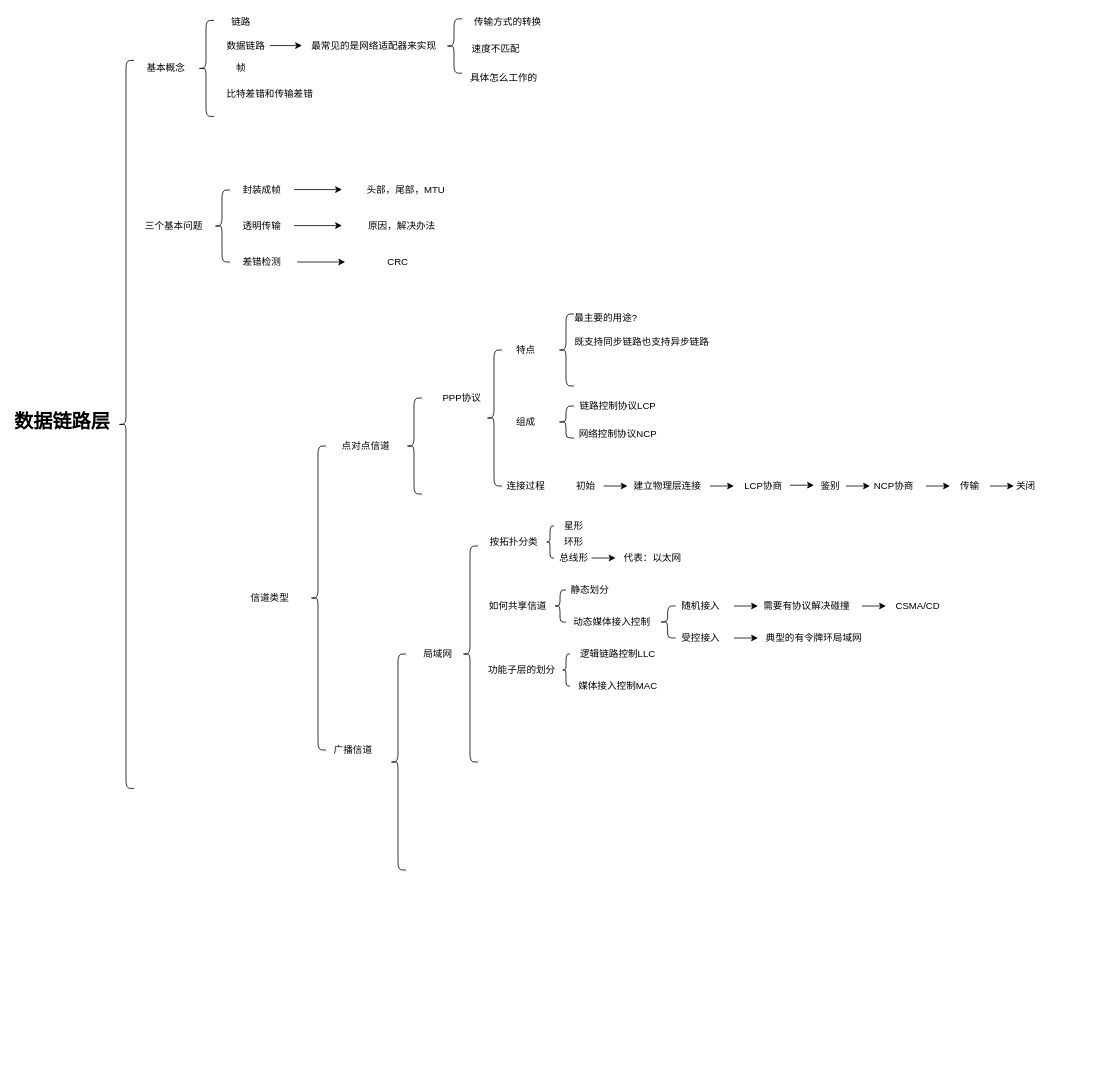
Earlier version of the draw.io diagram 链路层.drawio (lch15/lch15.github.io). Source tidied: cells renumbered, new cells numbered last; positions are measured from the earlier drawing's top-left corner, leaving out a move shared by most shapes. Both pictures are drawn from the tidied source at 80%, with x=0, y=0 at pixel (22, 14).
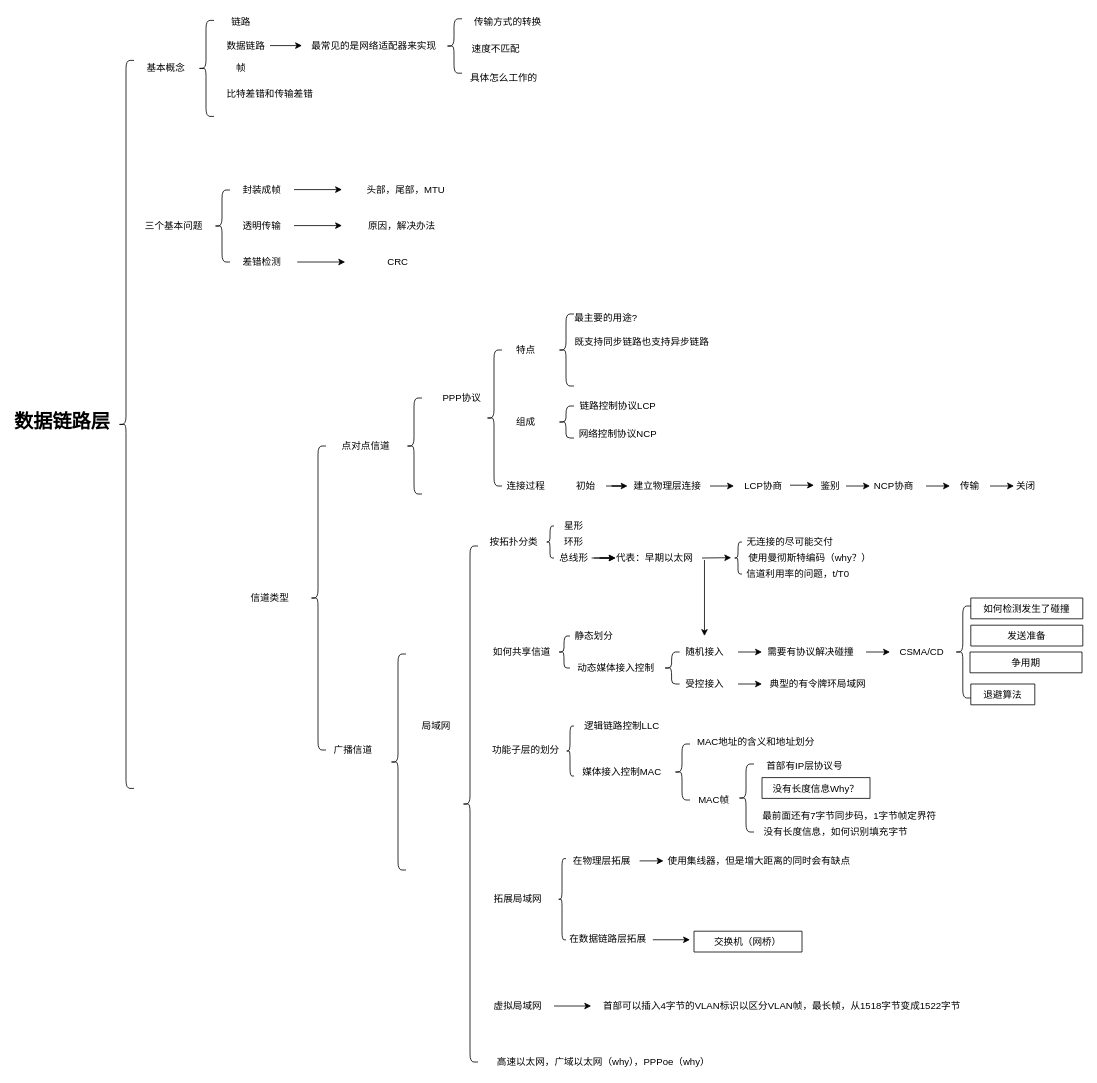
The same diagram, later.

Unchanged cells that the change refers to:
```xml
<mxCell id="39" value="初始" style="text;html=1;strokeColor=none;fillColor=none;align=center;verticalAlign=middle;whiteSpace=wrap;rounded=0;" parent="1" vertex="1">
  <mxGeometry x="680" y="580" width="50" height="20" as="geometry" />
</mxCell>
<mxCell id="40" value="建立物理层连接" style="text;html=1;strokeColor=none;fillColor=none;align=center;verticalAlign=middle;whiteSpace=wrap;rounded=0;" parent="1" vertex="1">
  <mxGeometry x="757" y="580" width="100" height="20" as="geometry" />
</mxCell>
<mxCell id="60" value="总线形" style="text;html=1;strokeColor=none;fillColor=none;align=center;verticalAlign=middle;whiteSpace=wrap;rounded=0;" parent="1" vertex="1">
  <mxGeometry x="665" y="670" width="50" height="20" as="geometry" />
</mxCell>
```

Change to the diagram source:
```diff
@@
+    <mxCell id="84" style="edgeStyle=orthogonalEdgeStyle;rounded=0;jettySize=auto;html=1;" parent="1" edge="1" source="39" target="40">
+      <mxGeometry relative="1" as="geometry" />
+    </mxCell>
@@
-    <mxCell id="45" style="endArrow=classic;html=1;" parent="1" edge="1">
-      <mxGeometry relative="1" as="geometry">
-        <mxPoint x="727" y="590" as="sourcePoint" />
-        <mxPoint x="757" y="590" as="targetPoint" />
-      </mxGeometry>
-    </mxCell>
@@
     <mxCell id="54" value="局域网" style="text;html=1;strokeColor=none;fillColor=none;align=center;verticalAlign=middle;whiteSpace=wrap;rounded=0;" parent="1" vertex="1">
-      <mxGeometry x="450" y="790" width="140" height="20" as="geometry" />
+      <mxGeometry x="448" y="880" width="140" height="20" as="geometry" />
     </mxCell>
     <mxCell id="55" style="shape=curlyBracket;whiteSpace=wrap;html=1;rounded=1;" parent="1" vertex="1">
-      <mxGeometry x="550" y="665" width="20" height="270" as="geometry" />
+      <mxGeometry x="550" y="665" width="20" height="645" as="geometry" />
     </mxCell>
@@
+    <mxCell id="85" style="edgeStyle=orthogonalEdgeStyle;rounded=0;jettySize=auto;html=1;" parent="1" edge="1" source="60" target="62">
+      <mxGeometry relative="1" as="geometry" />
+    </mxCell>
@@
-    <mxCell id="62" value="代表：以太网" style="text;html=1;strokeColor=none;fillColor=none;align=center;verticalAlign=middle;whiteSpace=wrap;rounded=0;" parent="1" vertex="1">
-      <mxGeometry x="742" y="670" width="93" height="20" as="geometry" />
+    <mxCell id="62" value="代表：早期以太网" style="text;html=1;strokeColor=none;fillColor=none;align=center;verticalAlign=middle;whiteSpace=wrap;rounded=0;" parent="1" vertex="1">
+      <mxGeometry x="742" y="670" width="98" height="20" as="geometry" />
     </mxCell>
@@
     <mxCell id="67" value="功能子层的划分" style="text;html=1;strokeColor=none;fillColor=none;align=center;verticalAlign=middle;whiteSpace=wrap;rounded=0;" parent="1" vertex="1">
-      <mxGeometry x="575" y="810" width="100" height="20" as="geometry" />
+      <mxGeometry x="580" y="910" width="100" height="20" as="geometry" />
     </mxCell>
     <mxCell id="68" style="shape=curlyBracket;whiteSpace=wrap;html=1;rounded=1;" parent="1" vertex="1">
-      <mxGeometry x="675" y="800" width="10" height="40" as="geometry" />
+      <mxGeometry x="680" y="890" width="10" height="62.5" as="geometry" />
     </mxCell>
     <mxCell id="69" value="逻辑链路控制LLC" style="text;html=1;strokeColor=none;fillColor=none;align=center;verticalAlign=middle;whiteSpace=wrap;rounded=0;" parent="1" vertex="1">
-      <mxGeometry x="670" y="790" width="150" height="20" as="geometry" />
+      <mxGeometry x="675" y="880" width="150" height="20" as="geometry" />
     </mxCell>
     <mxCell id="70" value="媒体接入控制MAC" style="text;html=1;strokeColor=none;fillColor=none;align=center;verticalAlign=middle;whiteSpace=wrap;rounded=0;" parent="1" vertex="1">
-      <mxGeometry x="670" y="830" width="150" height="20" as="geometry" />
+      <mxGeometry x="675" y="937.5" width="150" height="20" as="geometry" />
     </mxCell>
     <mxCell id="71" value="如何共享信道" style="text;html=1;strokeColor=none;fillColor=none;align=center;verticalAlign=middle;whiteSpace=wrap;rounded=0;" parent="1" vertex="1">
-      <mxGeometry x="570" y="730" width="100" height="20" as="geometry" />
+      <mxGeometry x="575" y="787.5" width="100" height="20" as="geometry" />
     </mxCell>
     <mxCell id="72" style="shape=curlyBracket;whiteSpace=wrap;html=1;rounded=1;" parent="1" vertex="1">
-      <mxGeometry x="665" y="720" width="15" height="40" as="geometry" />
+      <mxGeometry x="670" y="777.5" width="15" height="40" as="geometry" />
     </mxCell>
     <mxCell id="73" style="shape=curlyBracket;whiteSpace=wrap;html=1;rounded=1;" parent="1" vertex="1">
-      <mxGeometry x="797" y="740" width="20" height="40" as="geometry" />
+      <mxGeometry x="802" y="797.5" width="20" height="40" as="geometry" />
     </mxCell>
     <mxCell id="74" value="静态划分" style="text;html=1;strokeColor=none;fillColor=none;align=center;verticalAlign=middle;whiteSpace=wrap;rounded=0;" parent="1" vertex="1">
-      <mxGeometry x="685" y="710" width="50" height="20" as="geometry" />
+      <mxGeometry x="690" y="767.5" width="50" height="20" as="geometry" />
     </mxCell>
     <mxCell id="75" value="动态媒体接入控制" style="text;html=1;strokeColor=none;fillColor=none;align=center;verticalAlign=middle;whiteSpace=wrap;rounded=0;" parent="1" vertex="1">
-      <mxGeometry x="685" y="750" width="105" height="20" as="geometry" />
+      <mxGeometry x="690" y="807.5" width="105" height="20" as="geometry" />
     </mxCell>
     <mxCell id="76" value="随机接入" style="text;html=1;strokeColor=none;fillColor=none;align=center;verticalAlign=middle;whiteSpace=wrap;rounded=0;" parent="1" vertex="1">
-      <mxGeometry x="817" y="730" width="63" height="20" as="geometry" />
+      <mxGeometry x="822" y="787.5" width="63" height="20" as="geometry" />
     </mxCell>
     <mxCell id="77" value="受控接入" style="text;html=1;strokeColor=none;fillColor=none;align=center;verticalAlign=middle;whiteSpace=wrap;rounded=0;" parent="1" vertex="1">
-      <mxGeometry x="817" y="770" width="63" height="20" as="geometry" />
+      <mxGeometry x="822" y="827.5" width="63" height="20" as="geometry" />
     </mxCell>
     <mxCell id="78" value="需要有协议解决碰撞" style="text;html=1;strokeColor=none;fillColor=none;align=center;verticalAlign=middle;whiteSpace=wrap;rounded=0;" parent="1" vertex="1">
-      <mxGeometry x="921" y="730" width="120" height="20" as="geometry" />
+      <mxGeometry x="926" y="787.5" width="120" height="20" as="geometry" />
     </mxCell>
     <mxCell id="79" style="endArrow=classic;html=1;" parent="1" edge="1">
       <mxGeometry relative="1" as="geometry">
-        <mxPoint x="890" y="740" as="sourcePoint" />
-        <mxPoint x="920" y="740" as="targetPoint" />
+        <mxPoint x="895" y="797.5" as="sourcePoint" />
+        <mxPoint x="925" y="797.5" as="targetPoint" />
       </mxGeometry>
     </mxCell>
     <mxCell id="80" style="endArrow=classic;html=1;" parent="1" edge="1">
       <mxGeometry relative="1" as="geometry">
-        <mxPoint x="890" y="780" as="sourcePoint" />
-        <mxPoint x="920" y="780" as="targetPoint" />
+        <mxPoint x="895" y="837.5" as="sourcePoint" />
+        <mxPoint x="925" y="837.5" as="targetPoint" />
       </mxGeometry>
     </mxCell>
     <mxCell id="81" value="典型的有令牌环局域网" style="text;html=1;strokeColor=none;fillColor=none;align=center;verticalAlign=middle;whiteSpace=wrap;rounded=0;" parent="1" vertex="1">
-      <mxGeometry x="915" y="770" width="150" height="20" as="geometry" />
+      <mxGeometry x="920" y="827.5" width="150" height="20" as="geometry" />
     </mxCell>
     <mxCell id="82" style="endArrow=classic;html=1;" parent="1" edge="1">
       <mxGeometry relative="1" as="geometry">
-        <mxPoint x="1050" y="740" as="sourcePoint" />
-        <mxPoint x="1080" y="740" as="targetPoint" />
+        <mxPoint x="1055" y="797.5" as="sourcePoint" />
+        <mxPoint x="1085" y="797.5" as="targetPoint" />
       </mxGeometry>
     </mxCell>
     <mxCell id="83" value="CSMA/CD" style="text;html=1;strokeColor=none;fillColor=none;align=center;verticalAlign=middle;whiteSpace=wrap;rounded=0;" parent="1" vertex="1">
-      <mxGeometry x="1050" y="730" width="140" height="20" as="geometry" />
+      <mxGeometry x="1055" y="787.5" width="140" height="20" as="geometry" />
     </mxCell>
+    <mxCell id="86" style="endArrow=classic;html=1;" parent="1" edge="1">
+      <mxGeometry relative="1" as="geometry">
+        <mxPoint x="853.1" y="682.5" as="sourcePoint" />
+        <mxPoint x="853.1" y="777.5" as="targetPoint" />
+      </mxGeometry>
+    </mxCell>
+    <mxCell id="87" style="endArrow=classic;html=1;" parent="1" edge="1">
+      <mxGeometry relative="1" as="geometry">
+        <mxPoint x="850" y="680" as="sourcePoint" />
+        <mxPoint x="886.5" y="679.6" as="targetPoint" />
+      </mxGeometry>
+    </mxCell>
+    <mxCell id="88" style="shape=curlyBracket;whiteSpace=wrap;html=1;rounded=1;" parent="1" vertex="1">
+      <mxGeometry x="890" y="660" width="10" height="40" as="geometry" />
+    </mxCell>
+    <mxCell id="89" value="无连接的尽可能交付" style="text;html=1;strokeColor=none;fillColor=none;align=center;verticalAlign=middle;whiteSpace=wrap;rounded=0;" parent="1" vertex="1">
+      <mxGeometry x="900" y="650" width="120" height="20" as="geometry" />
+    </mxCell>
+    <mxCell id="90" value="使用曼彻斯特编码（why？）" style="text;html=1;strokeColor=none;fillColor=none;align=center;verticalAlign=middle;whiteSpace=wrap;rounded=0;" parent="1" vertex="1">
+      <mxGeometry x="900" y="670" width="170" height="20" as="geometry" />
+    </mxCell>
+    <mxCell id="91" style="shape=curlyBracket;whiteSpace=wrap;html=1;rounded=1;" parent="1" vertex="1">
+      <mxGeometry x="1166" y="740" width="20" height="115" as="geometry" />
+    </mxCell>
+    <mxCell id="92" value="如何检测发生了碰撞" style="swimlane;fontStyle=0;horizontal=1;startSize=26;" parent="1" vertex="1" collapsed="1">
+      <mxGeometry x="1186" y="730" width="140" height="26" as="geometry" />
+    </mxCell>
+    <mxCell id="93" value="争用期" style="swimlane;fontStyle=0;horizontal=1;startSize=26;" parent="1" vertex="1" collapsed="1">
+      <mxGeometry x="1185" y="797.5" width="140" height="26" as="geometry" />
+    </mxCell>
+    <mxCell id="94" value="退避算法" style="swimlane;fontStyle=0;horizontal=1;startSize=26;" parent="1" vertex="1" collapsed="1">
+      <mxGeometry x="1186" y="837.5" width="80" height="26" as="geometry" />
+    </mxCell>
+    <mxCell id="95" value="发送准备" style="swimlane;fontStyle=0;horizontal=1;startSize=26;" parent="1" vertex="1" collapsed="1">
+      <mxGeometry x="1186" y="764" width="140" height="26" as="geometry" />
+    </mxCell>
+    <mxCell id="96" value="信道利用率的问题，t/T0" style="text;html=1;strokeColor=none;fillColor=none;align=center;verticalAlign=middle;whiteSpace=wrap;rounded=0;" parent="1" vertex="1">
+      <mxGeometry x="890" y="690" width="160" height="20" as="geometry" />
+    </mxCell>
+    <mxCell id="97" style="shape=curlyBracket;whiteSpace=wrap;html=1;rounded=1;" parent="1" vertex="1">
+      <mxGeometry x="815" y="912.5" width="20" height="70" as="geometry" />
+    </mxCell>
+    <mxCell id="98" value="MAC地址的含义和地址划分" style="text;html=1;strokeColor=none;fillColor=none;align=center;verticalAlign=middle;whiteSpace=wrap;rounded=0;" parent="1" vertex="1">
+      <mxGeometry x="835" y="900" width="165" height="20" as="geometry" />
+    </mxCell>
+    <mxCell id="99" value="MAC帧" style="text;html=1;strokeColor=none;fillColor=none;align=center;verticalAlign=middle;whiteSpace=wrap;rounded=0;" parent="1" vertex="1">
+      <mxGeometry x="835" y="972.5" width="60" height="20" as="geometry" />
+    </mxCell>
+    <mxCell id="100" style="shape=curlyBracket;whiteSpace=wrap;html=1;rounded=1;" parent="1" vertex="1">
+      <mxGeometry x="895" y="937.5" width="20" height="85" as="geometry" />
+    </mxCell>
+    <mxCell id="101" value="首部有IP层协议号" style="text;html=1;strokeColor=none;fillColor=none;align=center;verticalAlign=middle;whiteSpace=wrap;rounded=0;" parent="1" vertex="1">
+      <mxGeometry x="917" y="930" width="123" height="20" as="geometry" />
+    </mxCell>
+    <mxCell id="102" value="最前面还有7字节同步码，1字节帧定界符" style="text;html=1;strokeColor=none;fillColor=none;align=center;verticalAlign=middle;whiteSpace=wrap;rounded=0;" parent="1" vertex="1">
+      <mxGeometry x="917" y="992.5" width="235" height="20" as="geometry" />
+    </mxCell>
+    <mxCell id="103" value="没有长度信息Why？" style="swimlane;fontStyle=0;horizontal=1;startSize=26;" parent="1" vertex="1" collapsed="1">
+      <mxGeometry x="925" y="954.5" width="135" height="26" as="geometry" />
+    </mxCell>
+    <mxCell id="104" value="没有长度信息，如何识别填充字节" style="text;html=1;strokeColor=none;fillColor=none;align=center;verticalAlign=middle;whiteSpace=wrap;rounded=0;" parent="1" vertex="1">
+      <mxGeometry x="900" y="1012.5" width="235" height="20" as="geometry" />
+    </mxCell>
+    <mxCell id="105" value="拓展局域网" style="text;html=1;strokeColor=none;fillColor=none;align=center;verticalAlign=middle;whiteSpace=wrap;rounded=0;" parent="1" vertex="1">
+      <mxGeometry x="570" y="1096.5" width="100" height="20" as="geometry" />
+    </mxCell>
+    <mxCell id="106" style="shape=curlyBracket;whiteSpace=wrap;html=1;rounded=1;" parent="1" vertex="1">
+      <mxGeometry x="670" y="1055.8" width="10" height="101.5" as="geometry" />
+    </mxCell>
+    <mxCell id="107" value="在物理层拓展" style="text;html=1;strokeColor=none;fillColor=none;align=center;verticalAlign=middle;whiteSpace=wrap;rounded=0;" parent="1" vertex="1">
+      <mxGeometry x="650" y="1049" width="150" height="20" as="geometry" />
+    </mxCell>
+    <mxCell id="108" value="在数据链路层拓展" style="text;html=1;strokeColor=none;fillColor=none;align=center;verticalAlign=middle;whiteSpace=wrap;rounded=0;" parent="1" vertex="1">
+      <mxGeometry x="670" y="1146.5" width="125" height="20" as="geometry" />
+    </mxCell>
+    <mxCell id="109" style="endArrow=classic;html=1;" parent="1" edge="1">
+      <mxGeometry relative="1" as="geometry">
+        <mxPoint x="772" y="1058.6" as="sourcePoint" />
+        <mxPoint x="802" y="1058.6" as="targetPoint" />
+      </mxGeometry>
+    </mxCell>
+    <mxCell id="110" value="使用集线器，但是增大距离的同时会有缺点" style="text;html=1;strokeColor=none;fillColor=none;align=center;verticalAlign=middle;whiteSpace=wrap;rounded=0;" parent="1" vertex="1">
+      <mxGeometry x="783" y="1049" width="277" height="20" as="geometry" />
+    </mxCell>
+    <mxCell id="111" style="endArrow=classic;html=1;" parent="1" edge="1">
+      <mxGeometry relative="1" as="geometry">
+        <mxPoint x="788.5" y="1157.2" as="sourcePoint" />
+        <mxPoint x="835" y="1157.2" as="targetPoint" />
+      </mxGeometry>
+    </mxCell>
+    <mxCell id="112" value="交换机（网桥）" style="swimlane;fontStyle=0;horizontal=1;startSize=26;" parent="1" vertex="1" collapsed="1">
+      <mxGeometry x="840" y="1146.5" width="135" height="26" as="geometry" />
+    </mxCell>
+    <mxCell id="113" value="虚拟局域网" style="text;html=1;strokeColor=none;fillColor=none;align=center;verticalAlign=middle;whiteSpace=wrap;rounded=0;" parent="1" vertex="1">
+      <mxGeometry x="570" y="1230" width="100" height="20" as="geometry" />
+    </mxCell>
+    <mxCell id="114" style="endArrow=classic;html=1;" parent="1" edge="1">
+      <mxGeometry relative="1" as="geometry">
+        <mxPoint x="665" y="1240" as="sourcePoint" />
+        <mxPoint x="711.5" y="1240" as="targetPoint" />
+      </mxGeometry>
+    </mxCell>
+    <mxCell id="115" value="首部可以插入4字节的VLAN标识以区分VLAN帧，最长帧，从1518字节变成1522字节" style="text;html=1;strokeColor=none;fillColor=none;align=center;verticalAlign=middle;whiteSpace=wrap;rounded=0;" parent="1" vertex="1">
+      <mxGeometry x="700" y="1230" width="500" height="20" as="geometry" />
+    </mxCell>
+    <mxCell id="116" value="高速以太网，广域以太网（why），PPPoe（why）" style="text;html=1;strokeColor=none;fillColor=none;align=center;verticalAlign=middle;whiteSpace=wrap;rounded=0;" parent="1" vertex="1">
+      <mxGeometry x="562.5" y="1300" width="327.5" height="20" as="geometry" />
+    </mxCell>
```
